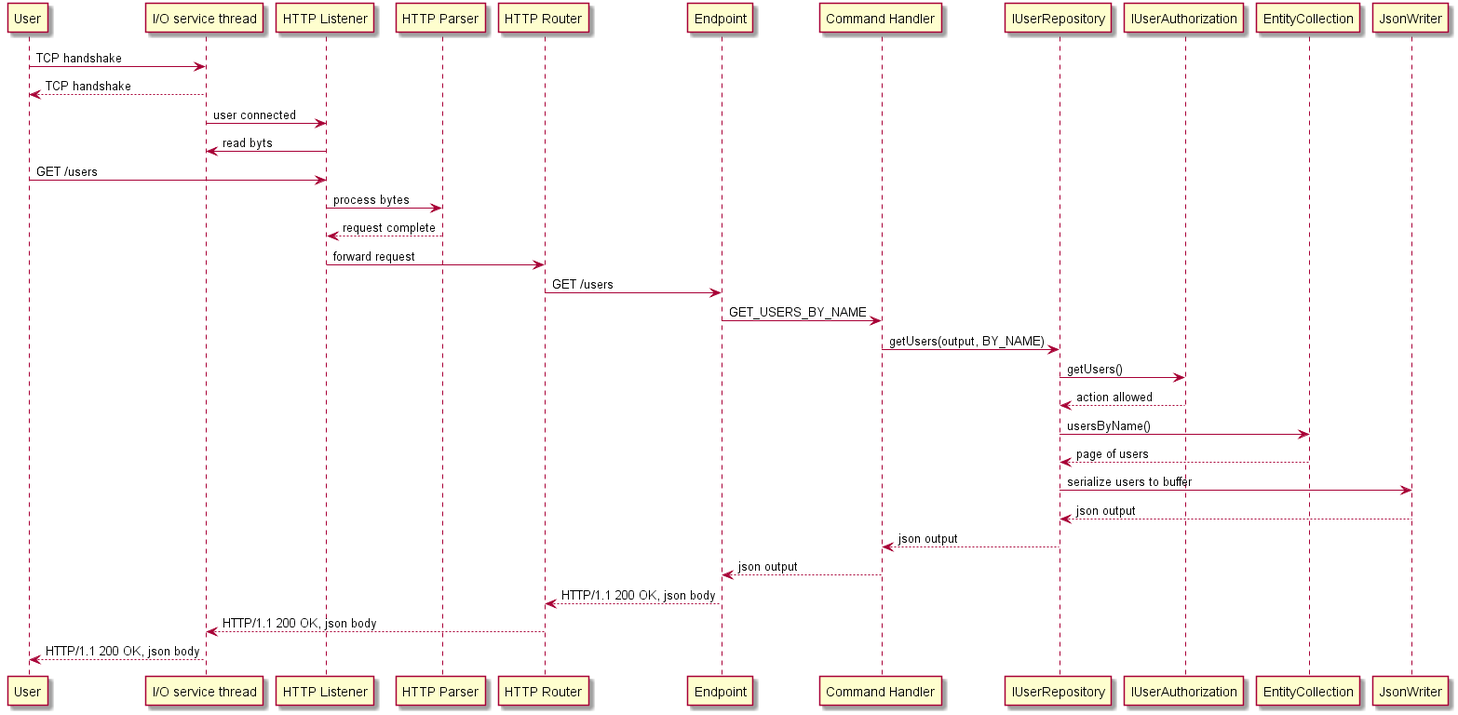
The PlantUML diagram doc/processing-requests.png in danij/Forum, before a commit.
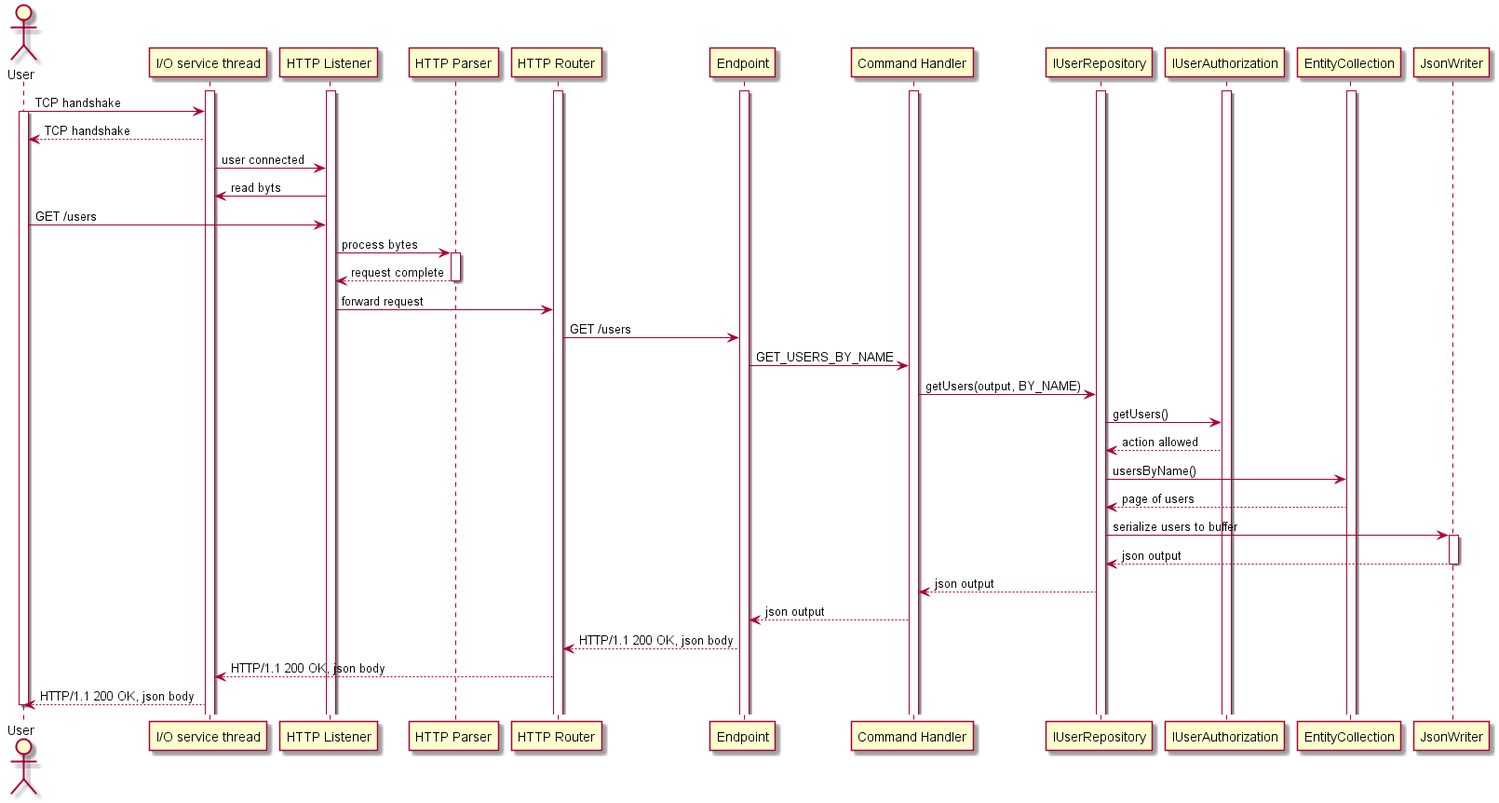
After the commit.

Commit message:
Updated architecture sequence diagram

Change to the diagram source:
```diff
@@ -1,20 +1,44 @@
 @startuml
 
-User -> "I/O service thread" as IO : TCP handshake
+actor User
+participant "I/O service thread" as IO
+participant "HTTP Listener" as HTTPListener
+participant "HTTP Parser" as HTTPParser
+participant "HTTP Router" as HTTPRouter
+participant Endpoint
+participant "Command Handler" as CommandHandler
+participant IUserRepository
+participant IUserAuthorization
+participant EntityCollection
+participant JsonWriter
+
+activate IO
+activate HTTPListener
+activate HTTPRouter
+activate Endpoint
+activate CommandHandler
+activate IUserRepository
+activate IUserAuthorization
+activate EntityCollection
+
+User -> IO : TCP handshake
+activate User
 IO --> User : TCP handshake
 
-IO -> "HTTP Listener" as HTTPListener : user connected
+IO -> HTTPListener : user connected
 HTTPListener -> IO : read byts
 
 User -> HTTPListener : GET /users
 
-HTTPListener -> "HTTP Parser" as HTTPParser : process bytes
+HTTPListener -> HTTPParser : process bytes
+activate HTTPParser
 HTTPParser --> HTTPListener : request complete
+deactivate HTTPParser
 
-HTTPListener -> "HTTP Router" as HTTPRouter : forward request
+HTTPListener -> HTTPRouter : forward request
 HTTPRouter -> Endpoint : GET /users
 
-Endpoint -> "Command Handler" as CommandHandler : GET_USERS_BY_NAME
+Endpoint -> CommandHandler : GET_USERS_BY_NAME
 CommandHandler -> IUserRepository : getUsers(output, BY_NAME)
 
 IUserRepository -> IUserAuthorization : getUsers()
@@ -24,12 +48,15 @@
 EntityCollection --> IUserRepository : page of users
 
 IUserRepository -> JsonWriter : serialize users to buffer
+activate JsonWriter
 JsonWriter --> IUserRepository : json output
+deactivate JsonWriter
 
 IUserRepository --> CommandHandler : json output
 CommandHandler --> Endpoint : json output
 Endpoint --> HTTPRouter : HTTP/1.1 200 OK, json body
 HTTPRouter --> IO: HTTP/1.1 200 OK, json body
 IO --> User:  HTTP/1.1 200 OK, json body
+deactivate User
 
 @enduml
```
